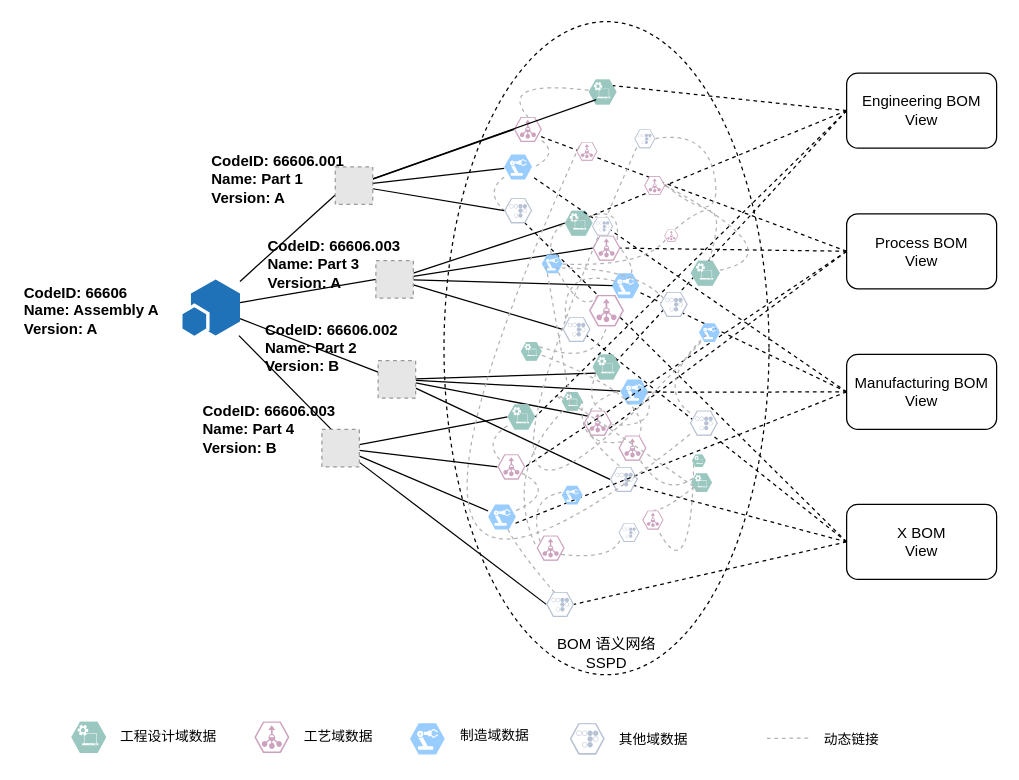
This is page "Page-1" (1 of 6) of BOM/多视图BOM管理模型.drawio from littlelittlemoon/DiagramsRepository, a draw.io file, before an edit. Source tidied: cells renumbered, new cells numbered last; positions are measured from the earlier drawing's top-left corner, leaving out a move shared by most shapes. Both pictures are drawn from the tidied source at 125%, with x=0, y=0 at pixel (21, 21). Pictures stored in the file or linked from it are replaced by grey dashed boxes.
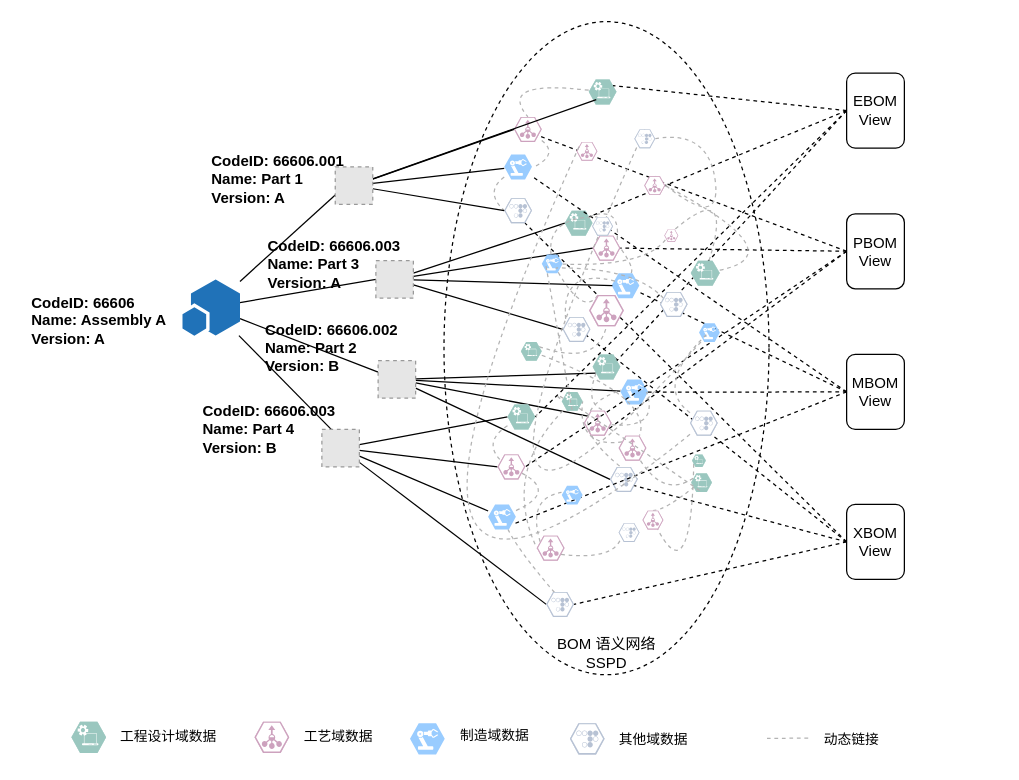
The same page after the edit.

What changed in the source:
```diff
@@
-    <mxCell id="17" value="Engineering BOM&lt;br&gt;View" style="rounded=1;whiteSpace=wrap;html=1;strokeColor=#000000;fillColor=none;" parent="1" vertex="1">
-      <mxGeometry x="659.8" y="41" width="120" height="60" as="geometry" />
+    <mxCell id="17" value="EBOM&lt;br&gt;View" style="rounded=1;whiteSpace=wrap;html=1;strokeColor=#000000;fillColor=none;" parent="1" vertex="1">
+      <mxGeometry x="659.8" y="41" width="46.2" height="60" as="geometry" />
     </mxCell>
-    <mxCell id="18" value="Process BOM&lt;br&gt;View" style="rounded=1;whiteSpace=wrap;html=1;strokeColor=#000000;fillColor=none;" parent="1" vertex="1">
-      <mxGeometry x="659.8" y="153.5" width="120" height="60" as="geometry" />
+    <mxCell id="18" value="PBOM&lt;br&gt;View" style="rounded=1;whiteSpace=wrap;html=1;strokeColor=#000000;fillColor=none;" parent="1" vertex="1">
+      <mxGeometry x="659.8" y="153.5" width="46.2" height="60" as="geometry" />
     </mxCell>
-    <mxCell id="19" value="Manufacturing BOM&lt;br&gt;View" style="rounded=1;whiteSpace=wrap;html=1;strokeColor=#000000;fillColor=none;" parent="1" vertex="1">
-      <mxGeometry x="659.8" y="266" width="120" height="60" as="geometry" />
+    <mxCell id="19" value="MBOM&lt;br&gt;View" style="rounded=1;whiteSpace=wrap;html=1;strokeColor=#000000;fillColor=none;" parent="1" vertex="1">
+      <mxGeometry x="659.8" y="266" width="46.2" height="60" as="geometry" />
     </mxCell>
-    <mxCell id="20" value="X BOM&lt;br&gt;View" style="rounded=1;whiteSpace=wrap;html=1;strokeColor=#000000;fillColor=none;" parent="1" vertex="1">
-      <mxGeometry x="659.8" y="386" width="120" height="60" as="geometry" />
+    <mxCell id="20" value="XBOM&lt;br&gt;View" style="rounded=1;whiteSpace=wrap;html=1;strokeColor=#000000;fillColor=none;" parent="1" vertex="1">
+      <mxGeometry x="659.8" y="386" width="46.2" height="60" as="geometry" />
     </mxCell>
@@
     <mxCell id="88" value="&lt;span style=&quot;font-weight: 700;&quot;&gt;CodeID: 66606&lt;/span&gt;&lt;br style=&quot;font-weight: 700;&quot;&gt;&lt;span style=&quot;font-weight: 700;&quot;&gt;Name: Assembly A&lt;/span&gt;&lt;br style=&quot;font-weight: 700;&quot;&gt;&lt;span style=&quot;font-weight: 700;&quot;&gt;Version: A&lt;/span&gt;" style="text;html=1;strokeColor=none;fillColor=none;align=left;verticalAlign=middle;whiteSpace=wrap;rounded=0;" parent="1" vertex="1">
-      <mxGeometry y="211" width="120" height="40" as="geometry" />
+      <mxGeometry x="6" y="218.5" width="120" height="40" as="geometry" />
     </mxCell>
```
